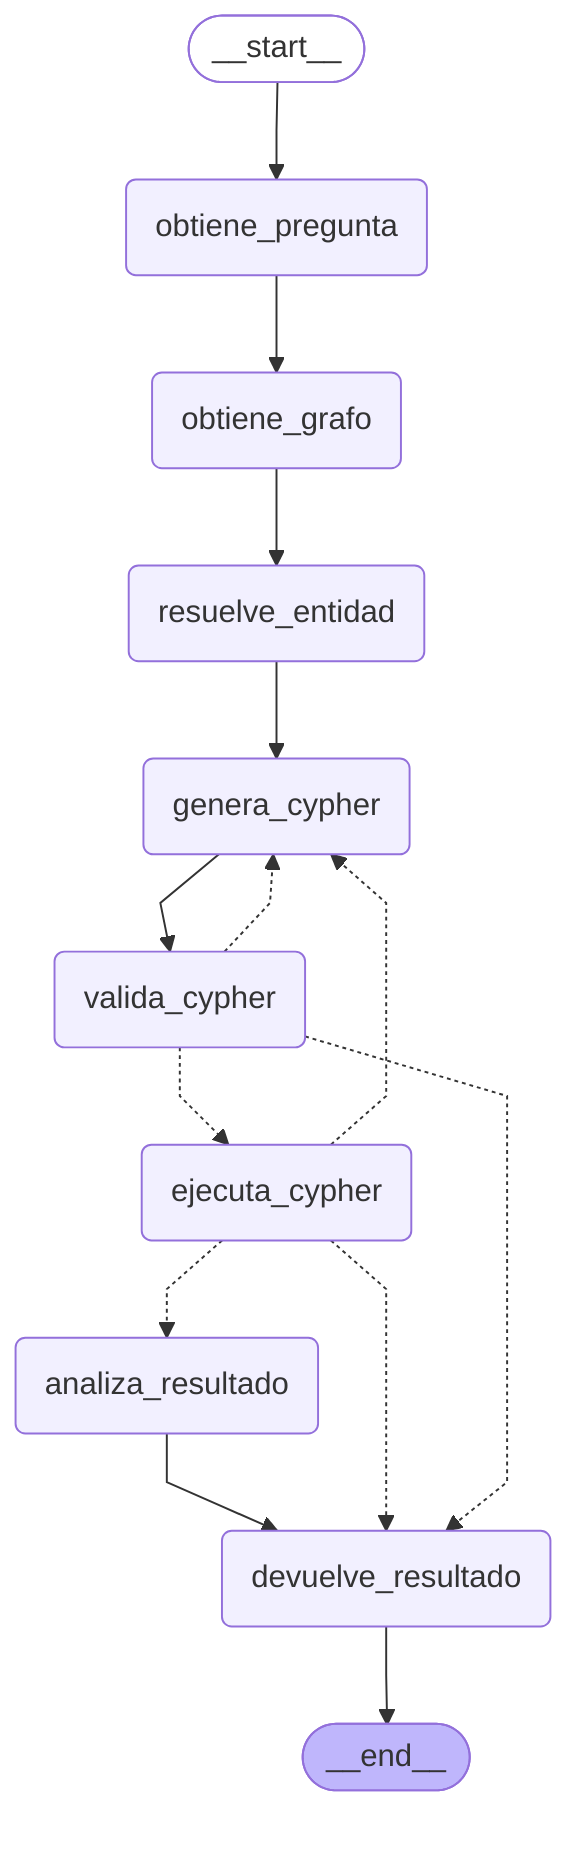
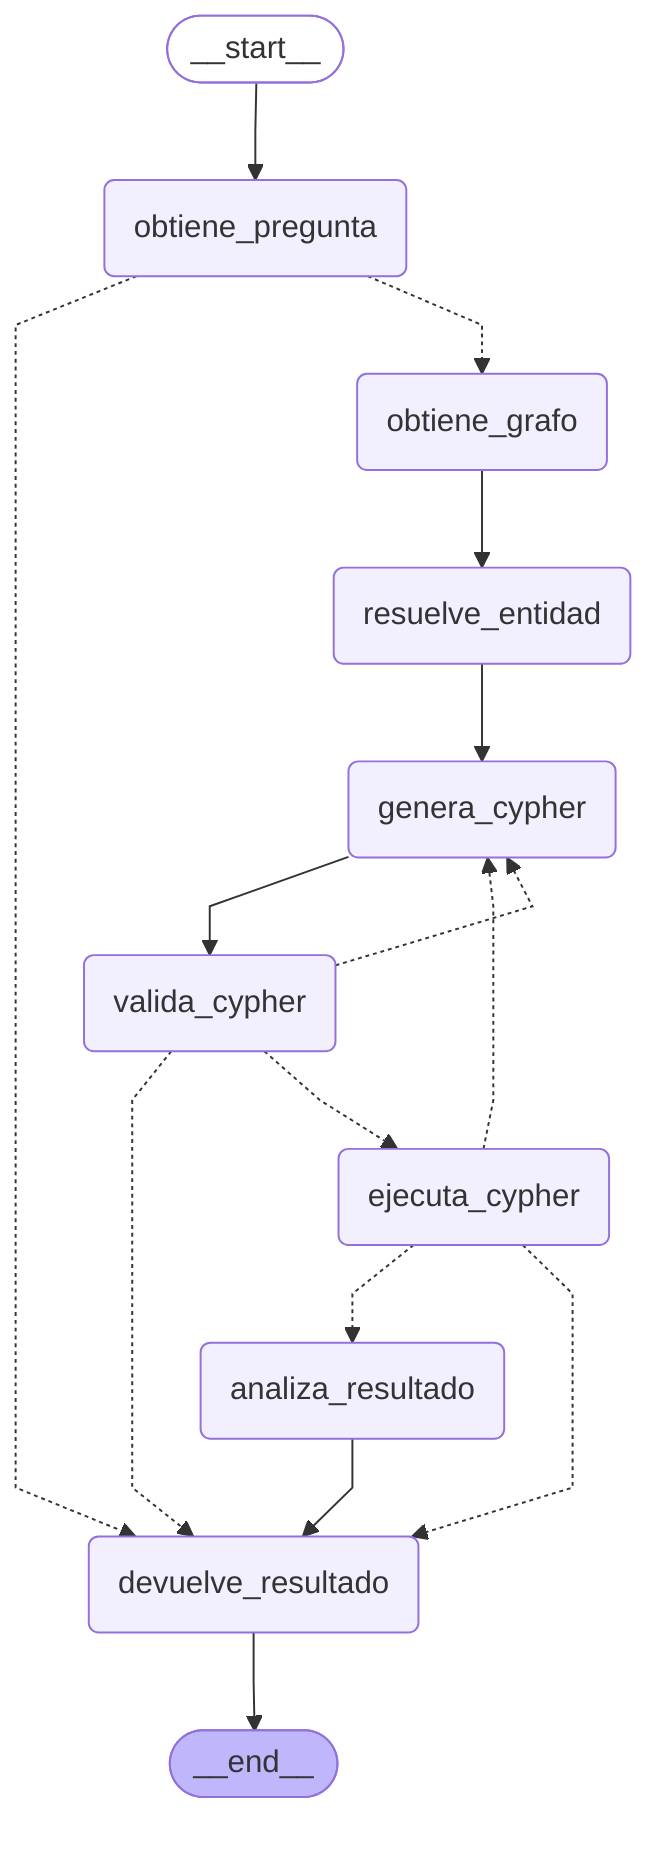
---
config:
  flowchart:
    curve: linear
---
graph TD;
	__start__([<p>__start__</p>]):::first
	obtiene_pregunta(obtiene_pregunta)
	obtiene_grafo(obtiene_grafo)
	resuelve_entidad(resuelve_entidad)
	genera_cypher(genera_cypher)
	valida_cypher(valida_cypher)
	ejecuta_cypher(ejecuta_cypher)
	analiza_resultado(analiza_resultado)
	devuelve_resultado(devuelve_resultado)
	__end__([<p>__end__</p>]):::last
	__start__ --> obtiene_pregunta;
	analiza_resultado --> devuelve_resultado;
	ejecuta_cypher -.-> analiza_resultado;
	ejecuta_cypher -.-> devuelve_resultado;
	ejecuta_cypher -.-> genera_cypher;
	genera_cypher --> valida_cypher;
	obtiene_grafo --> resuelve_entidad;
- 	obtiene_pregunta --> obtiene_grafo;
+ 	obtiene_pregunta -.-> devuelve_resultado;
+ 	obtiene_pregunta -.-> obtiene_grafo;
	resuelve_entidad --> genera_cypher;
	valida_cypher -.-> devuelve_resultado;
	valida_cypher -.-> ejecuta_cypher;
	valida_cypher -.-> genera_cypher;
	devuelve_resultado --> __end__;
	classDef default fill:#f2f0ff,line-height:1.2
	classDef first fill-opacity:0
	classDef last fill:#bfb6fc
